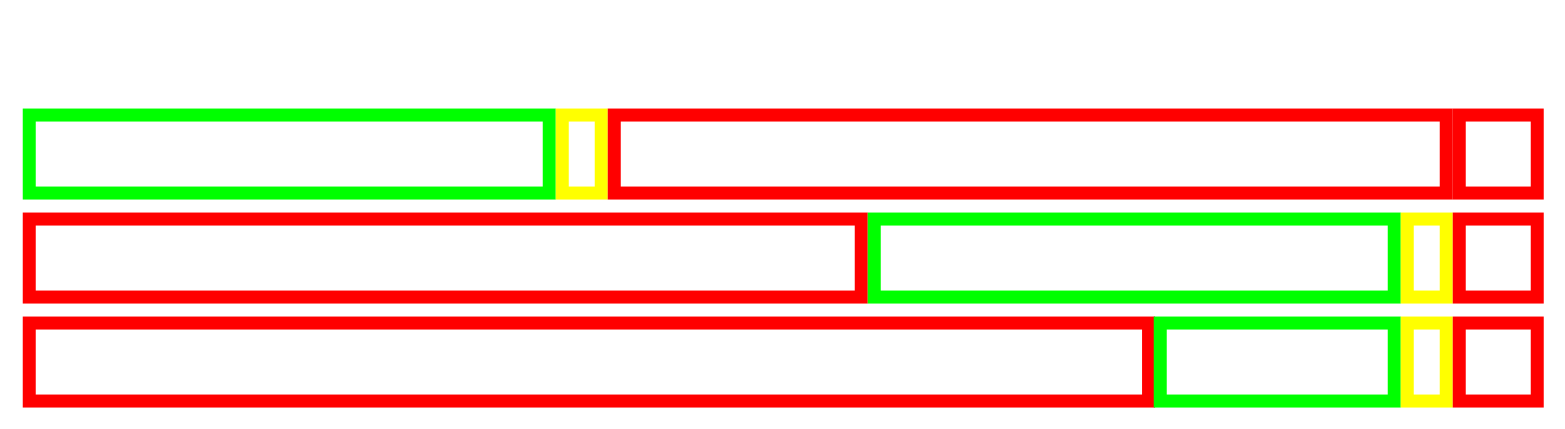
This is Untitled Diagram.drawio from AwaleSajil/drawio, a draw.io file, before an edit. Source tidied: cells renumbered, new cells numbered last; positions are measured from the earlier drawing's top-left corner, leaving out a move shared by most shapes. Both pictures are drawn from the tidied source at 130%, with x=0, y=0 at pixel (29, 114).
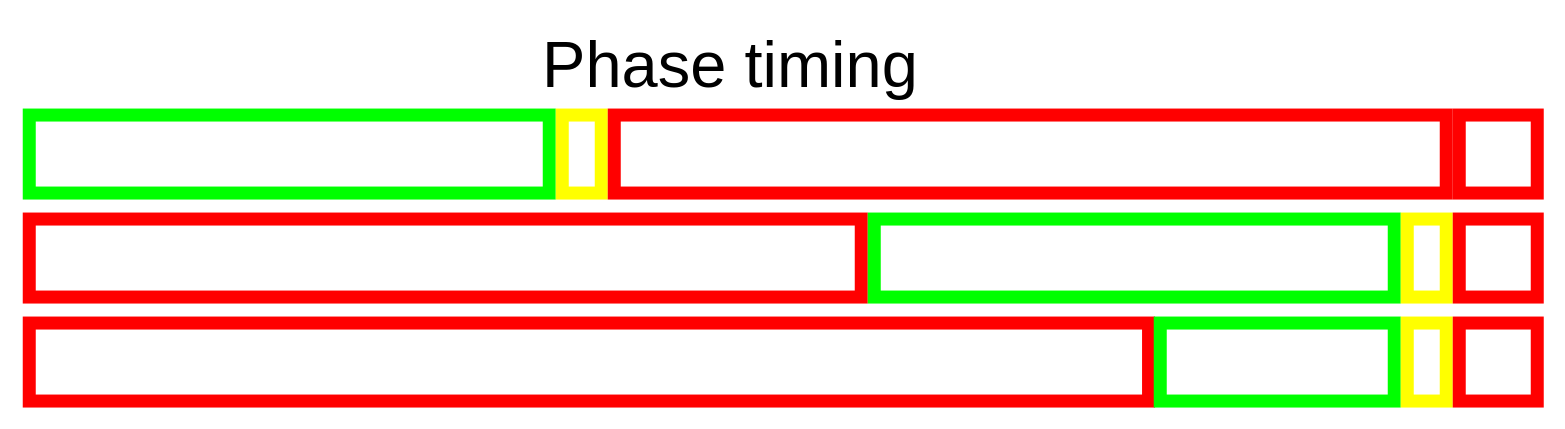
Above is the later version.

What changed in the source:
```diff
@@
 <mxGraphModel>
   <root>
     <mxCell id="0" />
     <mxCell id="1" parent="0" />
     <mxCell id="2" style="rounded=0;whiteSpace=wrap;html=1;shadow=0;strokeColor=#00FF00;fillColor=#ffffff;strokeWidth=10;" parent="1" vertex="1">
       <mxGeometry width="400" height="60" as="geometry" />
     </mxCell>
     <mxCell id="3" style="rounded=0;whiteSpace=wrap;html=1;shadow=0;strokeColor=#FFFF00;fillColor=#ffffff;strokeWidth=10;" parent="1" vertex="1">
       <mxGeometry x="410" width="30" height="60" as="geometry" />
     </mxCell>
     <mxCell id="4" style="rounded=0;whiteSpace=wrap;html=1;shadow=0;strokeColor=#FF0000;fillColor=#ffffff;strokeWidth=10;" parent="1" vertex="1">
       <mxGeometry x="450" width="640" height="60" as="geometry" />
     </mxCell>
     <mxCell id="5" style="rounded=0;whiteSpace=wrap;html=1;shadow=0;strokeColor=#FF0000;fillColor=#ffffff;strokeWidth=10;" parent="1" vertex="1">
       <mxGeometry x="1100" width="60" height="60" as="geometry" />
     </mxCell>
     <mxCell id="6" style="rounded=0;whiteSpace=wrap;html=1;shadow=0;strokeColor=#FF0000;fillColor=#ffffff;strokeWidth=10;" parent="1" vertex="1">
       <mxGeometry y="80" width="640" height="60" as="geometry" />
     </mxCell>
     <mxCell id="7" style="rounded=0;whiteSpace=wrap;html=1;shadow=0;strokeColor=#00FF00;fillColor=#ffffff;strokeWidth=10;" parent="1" vertex="1">
       <mxGeometry x="650" y="80" width="400" height="60" as="geometry" />
     </mxCell>
     <mxCell id="8" style="rounded=0;whiteSpace=wrap;html=1;shadow=0;strokeColor=#FFFF00;fillColor=#ffffff;strokeWidth=10;" parent="1" vertex="1">
       <mxGeometry x="1060" y="80" width="30" height="60" as="geometry" />
     </mxCell>
     <mxCell id="9" style="rounded=0;whiteSpace=wrap;html=1;shadow=0;strokeColor=#FF0000;fillColor=#ffffff;strokeWidth=10;" parent="1" vertex="1">
       <mxGeometry x="1100" y="80" width="60" height="60" as="geometry" />
     </mxCell>
     <mxCell id="10" style="rounded=0;whiteSpace=wrap;html=1;shadow=0;strokeColor=#FF0000;fillColor=#ffffff;strokeWidth=10;" parent="1" vertex="1">
       <mxGeometry y="160" width="861" height="60" as="geometry" />
     </mxCell>
     <mxCell id="11" style="rounded=0;whiteSpace=wrap;html=1;shadow=0;strokeColor=#00FF00;fillColor=#ffffff;strokeWidth=10;" parent="1" vertex="1">
       <mxGeometry x="870" y="160" width="180" height="60" as="geometry" />
     </mxCell>
     <mxCell id="12" style="rounded=0;whiteSpace=wrap;html=1;shadow=0;strokeColor=#FFFF00;fillColor=#ffffff;strokeWidth=10;" parent="1" vertex="1">
       <mxGeometry x="1060" y="160" width="30" height="60" as="geometry" />
     </mxCell>
     <mxCell id="13" style="rounded=0;whiteSpace=wrap;html=1;shadow=0;strokeColor=#FF0000;fillColor=#ffffff;strokeWidth=10;" parent="1" vertex="1">
       <mxGeometry x="1100" y="160" width="60" height="60" as="geometry" />
     </mxCell>
+    <mxCell id="14" value="&lt;font style=&quot;font-size: 50px&quot;&gt;Phase timing&lt;/font&gt;" style="text;html=1;align=left;verticalAlign=top;spacingTop=-4;" parent="1" vertex="1">
+      <mxGeometry x="393" y="-71" width="300" height="30" as="geometry" />
+    </mxCell>
   </root>
 </mxGraphModel>
```
